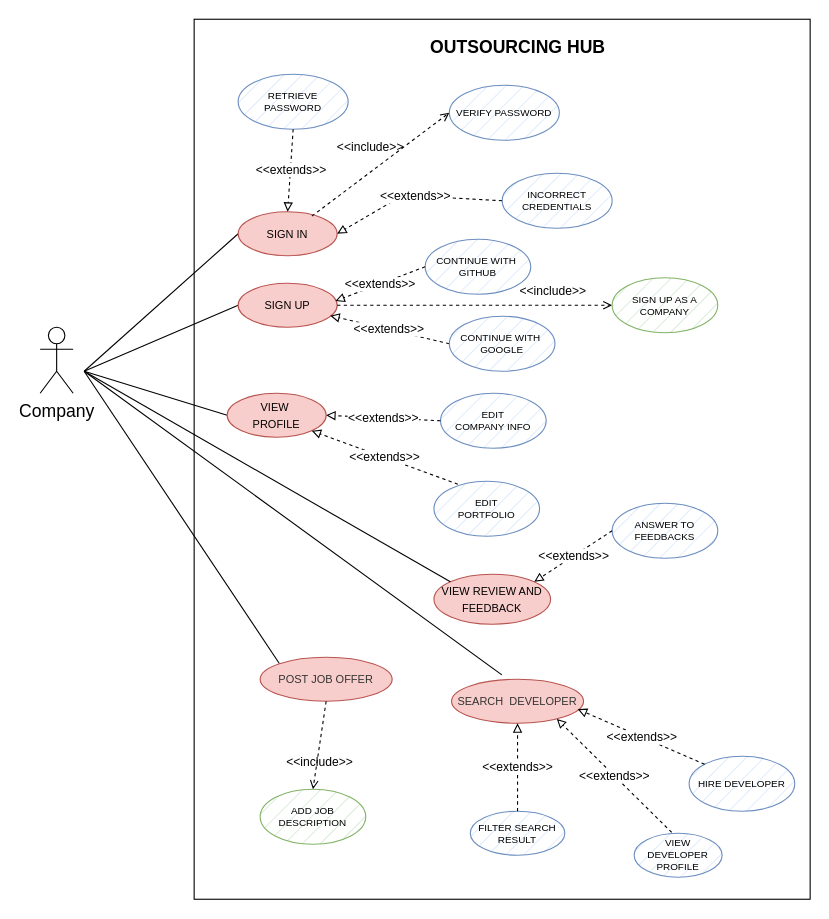
Earlier version of the draw.io diagram use_cases/use_cases_company.drawio (mattiadanisi00/ids). Source tidied: cells renumbered, new cells numbered last; positions are measured from the earlier drawing's top-left corner, leaving out a move shared by most shapes. Both pictures are drawn from the tidied source at 110%, with x=0, y=0 at pixel (40, 19).
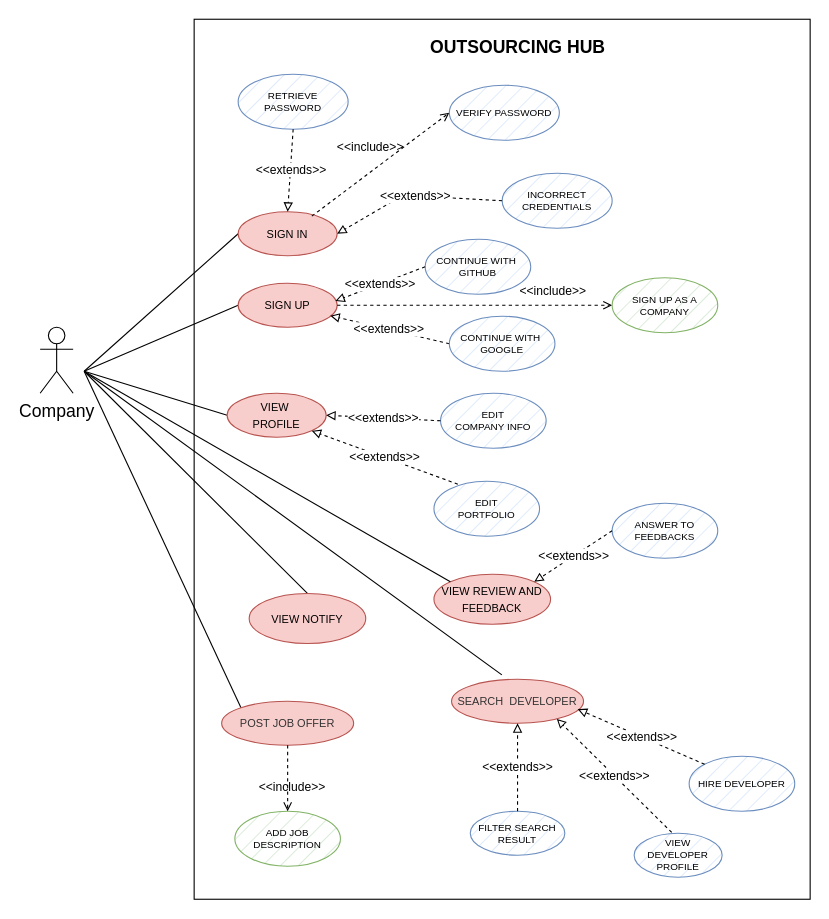
After the change.

Diff of the diagram source:
```diff
@@
     <mxCell id="40" value="&lt;font size=&quot;1&quot; color=&quot;#333333&quot;&gt;POST JOB OFFER&lt;/font&gt;" style="ellipse;whiteSpace=wrap;html=1;fillColor=#f8cecc;strokeColor=#b85450;" parent="1" vertex="1">
-      <mxGeometry x="200" y="580" width="120" height="40" as="geometry" />
+      <mxGeometry x="165" y="620" width="120" height="40" as="geometry" />
     </mxCell>
     <mxCell id="41" value="&lt;font style=&quot;font-size: 9px;&quot;&gt;ADD JOB&lt;br&gt;DESCRIPTION&lt;br style=&quot;font-size: 9px;&quot;&gt;&lt;/font&gt;" style="ellipse;whiteSpace=wrap;html=1;fillColor=#d5e8d4;strokeColor=#82b366;fontSize=9;strokeWidth=1;fillStyle=hatch;" parent="1" vertex="1">
-      <mxGeometry x="200" y="700" width="96" height="50" as="geometry" />
+      <mxGeometry x="177" y="720" width="96" height="50" as="geometry" />
     </mxCell>
@@
+    <mxCell id="43" style="edgeStyle=none;rounded=0;jettySize=auto;html=1;strokeColor=default;strokeWidth=1;fontSize=10;startArrow=none;startFill=0;endArrow=none;endFill=0;exitX=0.5;exitY=0;exitDx=0;exitDy=0;" parent="1" edge="1" source="44">
+      <mxGeometry relative="1" as="geometry">
+        <mxPoint x="40" y="320" as="targetPoint" />
+      </mxGeometry>
+    </mxCell>
+    <mxCell id="44" value="&lt;font size=&quot;1&quot;&gt;VIEW NOTIFY&lt;/font&gt;" style="ellipse;whiteSpace=wrap;html=1;fillColor=#f8cecc;strokeColor=#b85450;" parent="1" vertex="1">
+      <mxGeometry x="190" y="522" width="106" height="45.5" as="geometry" />
+    </mxCell>
```
